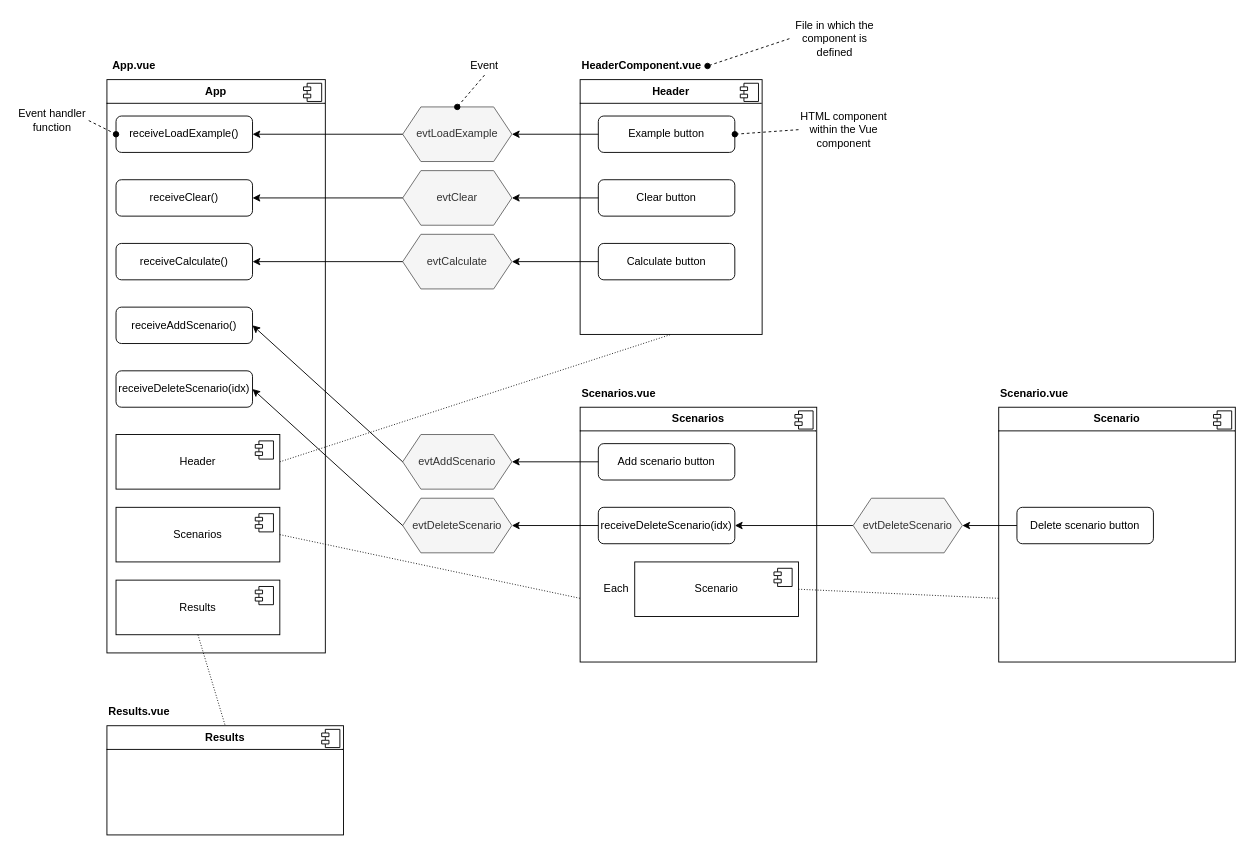
cdclaxton/learning keeps this draw.io diagram as page "Events" (2 of 2) of Vue/probability/design/design.drawio. Above is the earlier version. Source tidied: cells renumbered, new cells numbered last; positions are measured from the earlier drawing's top-left corner, leaving out a move shared by most shapes. Both pictures are drawn from the tidied source at 91%, with x=0, y=0 at pixel (15, 15).
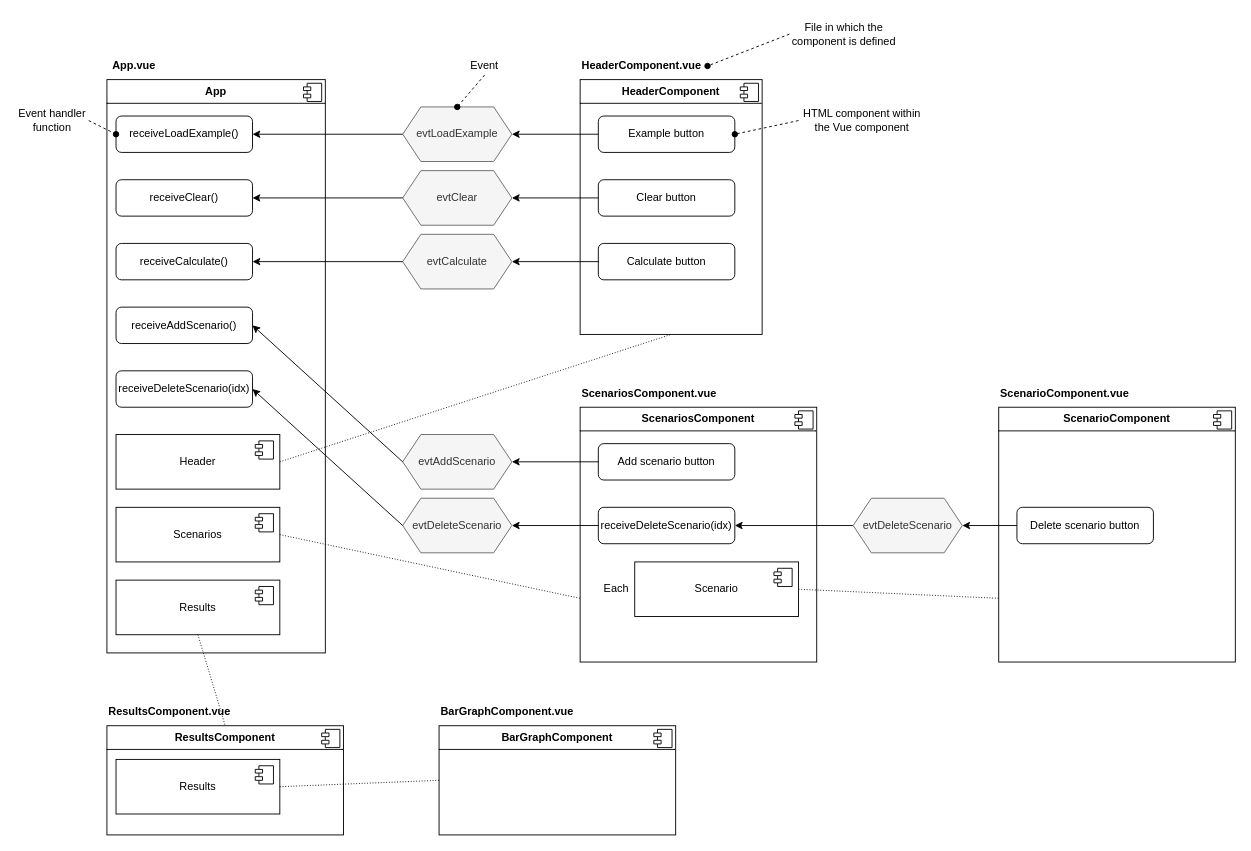
Above is the later version.

Commit message (it also covers changes not shown here):
Update component diagram

What changed in the source:
```diff
@@
-    <mxCell id="5" value="&lt;p style=&quot;margin:0px;margin-top:6px;text-align:center;&quot;&gt;&lt;b&gt;Header&lt;/b&gt;&lt;/p&gt;&lt;hr size=&quot;1&quot; style=&quot;border-style:solid;&quot;&gt;&lt;p style=&quot;margin:0px;margin-left:8px;&quot;&gt;&lt;br&gt;&lt;/p&gt;" style="align=left;overflow=fill;html=1;whiteSpace=wrap;" parent="1" vertex="1">
+    <mxCell id="5" value="&lt;p style=&quot;margin:0px;margin-top:6px;text-align:center;&quot;&gt;&lt;b&gt;HeaderComponent&lt;/b&gt;&lt;/p&gt;&lt;hr size=&quot;1&quot; style=&quot;border-style:solid;&quot;&gt;&lt;p style=&quot;margin:0px;margin-left:8px;&quot;&gt;&lt;br&gt;&lt;/p&gt;" style="align=left;overflow=fill;html=1;whiteSpace=wrap;" parent="1" vertex="1">
       <mxGeometry x="620" y="70" width="200" height="280" as="geometry" />
     </mxCell>
@@
     <mxCell id="29" value="HTML component within the Vue component" style="text;html=1;align=center;verticalAlign=middle;whiteSpace=wrap;rounded=0;" parent="1" vertex="1">
-      <mxGeometry x="860" y="105" width="100" height="40" as="geometry" />
+      <mxGeometry x="860" y="97.5" width="140" height="35" as="geometry" />
     </mxCell>
     <mxCell id="30" value="File in which the component is defined" style="text;html=1;align=center;verticalAlign=middle;whiteSpace=wrap;rounded=0;" parent="1" vertex="1">
-      <mxGeometry x="850" width="100" height="50" as="geometry" />
+      <mxGeometry x="850" width="120" height="40" as="geometry" />
     </mxCell>
@@
-    <mxCell id="44" value="&lt;p style=&quot;margin:0px;margin-top:6px;text-align:center;&quot;&gt;&lt;b&gt;Scenarios&lt;/b&gt;&lt;/p&gt;&lt;hr size=&quot;1&quot; style=&quot;border-style:solid;&quot;&gt;&lt;p style=&quot;margin:0px;margin-left:8px;&quot;&gt;&lt;br&gt;&lt;/p&gt;" style="align=left;overflow=fill;html=1;whiteSpace=wrap;" parent="1" vertex="1">
+    <mxCell id="44" value="&lt;p style=&quot;margin:0px;margin-top:6px;text-align:center;&quot;&gt;&lt;b&gt;ScenariosComponent&lt;/b&gt;&lt;/p&gt;&lt;hr size=&quot;1&quot; style=&quot;border-style:solid;&quot;&gt;&lt;p style=&quot;margin:0px;margin-left:8px;&quot;&gt;&lt;br&gt;&lt;/p&gt;" style="align=left;overflow=fill;html=1;whiteSpace=wrap;" parent="1" vertex="1">
       <mxGeometry x="620" y="430" width="260" height="280" as="geometry" />
     </mxCell>
@@
-    <mxCell id="46" value="Scenarios.vue" style="text;html=1;align=left;verticalAlign=middle;whiteSpace=wrap;rounded=0;fontStyle=1;" parent="1" vertex="1">
+    <mxCell id="46" value="ScenariosComponent.vue" style="text;html=1;align=left;verticalAlign=middle;whiteSpace=wrap;rounded=0;fontStyle=1;" parent="1" vertex="1">
       <mxGeometry x="620" y="400" width="140" height="30" as="geometry" />
     </mxCell>
@@
-    <mxCell id="55" value="&lt;p style=&quot;margin:0px;margin-top:6px;text-align:center;&quot;&gt;&lt;b&gt;Scenario&lt;/b&gt;&lt;/p&gt;&lt;hr size=&quot;1&quot; style=&quot;border-style:solid;&quot;&gt;&lt;p style=&quot;margin:0px;margin-left:8px;&quot;&gt;&lt;br&gt;&lt;/p&gt;" style="align=left;overflow=fill;html=1;whiteSpace=wrap;" parent="1" vertex="1">
+    <mxCell id="55" value="&lt;p style=&quot;margin:0px;margin-top:6px;text-align:center;&quot;&gt;&lt;b&gt;ScenarioComponent&lt;/b&gt;&lt;/p&gt;&lt;hr size=&quot;1&quot; style=&quot;border-style:solid;&quot;&gt;&lt;p style=&quot;margin:0px;margin-left:8px;&quot;&gt;&lt;br&gt;&lt;/p&gt;" style="align=left;overflow=fill;html=1;whiteSpace=wrap;" parent="1" vertex="1">
       <mxGeometry x="1080" y="430" width="260" height="280" as="geometry" />
     </mxCell>
@@
-    <mxCell id="57" value="Scenario.vue" style="text;html=1;align=left;verticalAlign=middle;whiteSpace=wrap;rounded=0;fontStyle=1;" parent="1" vertex="1">
+    <mxCell id="57" value="ScenarioComponent.vue" style="text;html=1;align=left;verticalAlign=middle;whiteSpace=wrap;rounded=0;fontStyle=1;" parent="1" vertex="1">
       <mxGeometry x="1080" y="400" width="140" height="30" as="geometry" />
     </mxCell>
@@
-    <mxCell id="63" value="&lt;p style=&quot;margin:0px;margin-top:6px;text-align:center;&quot;&gt;&lt;b&gt;Results&lt;/b&gt;&lt;/p&gt;&lt;hr size=&quot;1&quot; style=&quot;border-style:solid;&quot;&gt;&lt;p style=&quot;margin:0px;margin-left:8px;&quot;&gt;&lt;br&gt;&lt;/p&gt;" style="align=left;overflow=fill;html=1;whiteSpace=wrap;" parent="1" vertex="1">
+    <mxCell id="63" value="&lt;p style=&quot;margin:0px;margin-top:6px;text-align:center;&quot;&gt;&lt;b&gt;ResultsComponent&lt;/b&gt;&lt;/p&gt;&lt;hr size=&quot;1&quot; style=&quot;border-style:solid;&quot;&gt;&lt;p style=&quot;margin:0px;margin-left:8px;&quot;&gt;&lt;br&gt;&lt;/p&gt;" style="align=left;overflow=fill;html=1;whiteSpace=wrap;" parent="1" vertex="1">
       <mxGeometry x="100" y="780" width="260" height="120" as="geometry" />
     </mxCell>
@@
-    <mxCell id="65" value="Results.vue" style="text;html=1;align=left;verticalAlign=middle;whiteSpace=wrap;rounded=0;fontStyle=1;" parent="1" vertex="1">
+    <mxCell id="65" value="ResultsComponent.vue" style="text;html=1;align=left;verticalAlign=middle;whiteSpace=wrap;rounded=0;fontStyle=1;" parent="1" vertex="1">
       <mxGeometry x="100" y="750" width="140" height="30" as="geometry" />
     </mxCell>
@@
+    <mxCell id="67" value="&lt;p style=&quot;margin:0px;margin-top:6px;text-align:center;&quot;&gt;&lt;b&gt;BarGraphComponent&lt;/b&gt;&lt;/p&gt;&lt;hr size=&quot;1&quot; style=&quot;border-style:solid;&quot;&gt;&lt;p style=&quot;margin:0px;margin-left:8px;&quot;&gt;&lt;br&gt;&lt;/p&gt;" style="align=left;overflow=fill;html=1;whiteSpace=wrap;" parent="1" vertex="1">
+      <mxGeometry x="465" y="780" width="260" height="120" as="geometry" />
+    </mxCell>
+    <mxCell id="68" style="shape=component;jettyWidth=8;jettyHeight=4;" parent="67" vertex="1">
+      <mxGeometry x="1" width="20" height="20" relative="1" as="geometry">
+        <mxPoint x="-24" y="4" as="offset" />
+      </mxGeometry>
+    </mxCell>
+    <mxCell id="69" value="Results" style="html=1;whiteSpace=wrap;" parent="1" vertex="1">
+      <mxGeometry x="110" y="817" width="180" height="60" as="geometry" />
+    </mxCell>
+    <mxCell id="70" style="shape=module;jettyWidth=8;jettyHeight=4;" parent="69" vertex="1">
+      <mxGeometry x="1" width="20" height="20" relative="1" as="geometry">
+        <mxPoint x="-27" y="7" as="offset" />
+      </mxGeometry>
+    </mxCell>
+    <mxCell id="71" style="rounded=0;jettySize=auto;html=1;exitX=1;exitY=0.5;exitDx=0;exitDy=0;entryX=0;entryY=0.5;entryDx=0;entryDy=0;endArrow=none;endFill=0;dashed=1;dashPattern=1 2;" parent="1" edge="1" source="69" target="67">
+      <mxGeometry relative="1" as="geometry" />
+    </mxCell>
+    <mxCell id="72" value="BarGraphComponent.vue" style="text;html=1;align=left;verticalAlign=middle;whiteSpace=wrap;rounded=0;fontStyle=1;" parent="1" vertex="1">
+      <mxGeometry x="465" y="750" width="140" height="30" as="geometry" />
+    </mxCell>
```
